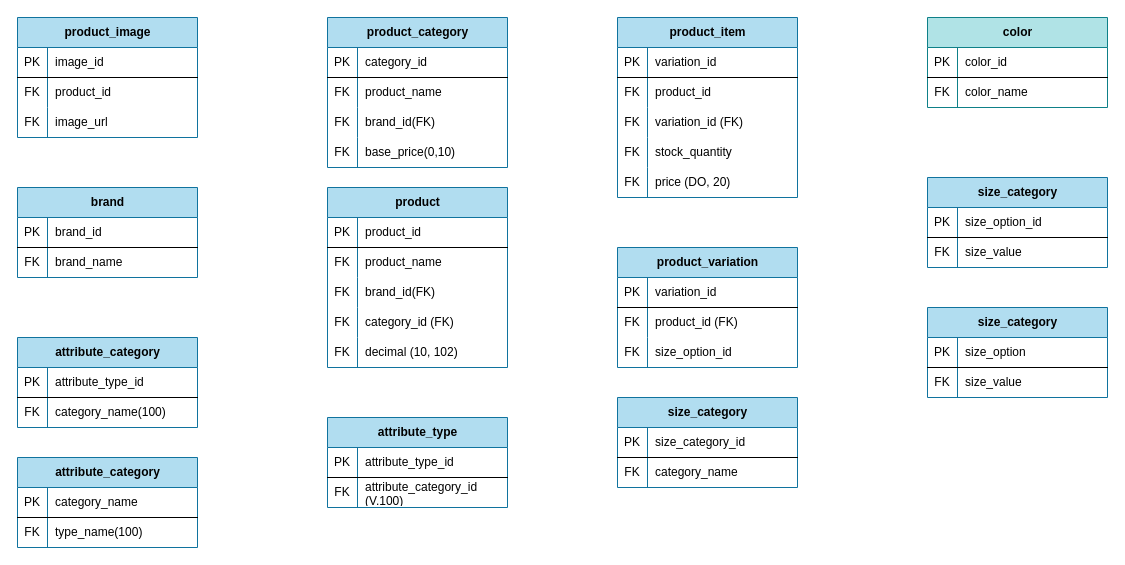
Before: E-Commerce.drawio in amanynmohamed/Ecommerce_Database_Project_Group19, a draw.io diagram. Source tidied: cells renumbered, new cells numbered last; positions are measured from the earlier drawing's top-left corner, leaving out a move shared by most shapes. Both pictures are drawn from the tidied source at 100%, with x=0, y=0 at pixel (17, 17).
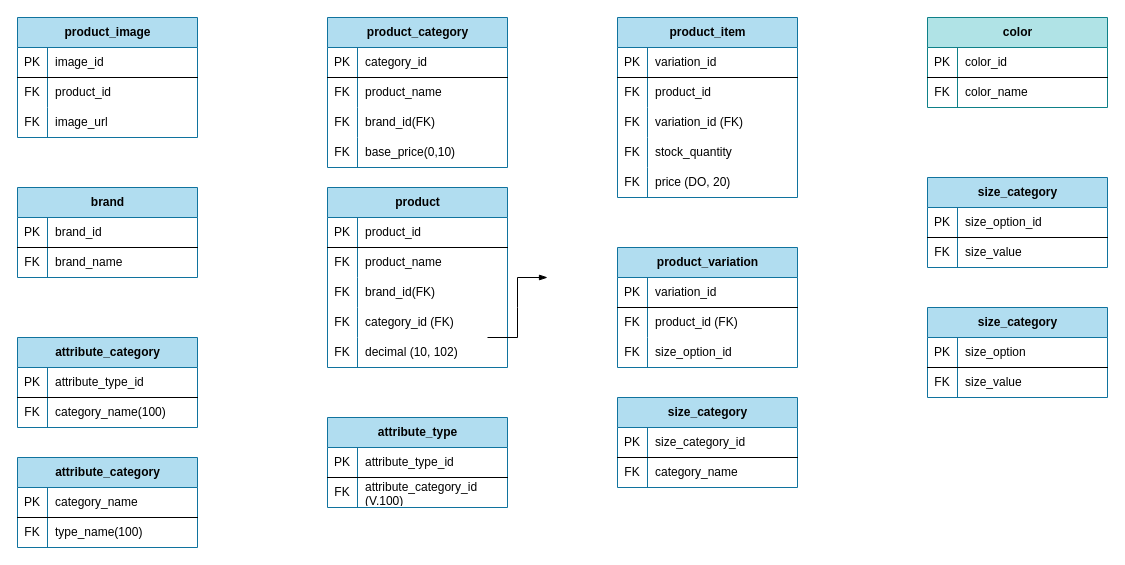
Above is the later version.

Commit message (it also covers changes not shown here):
Added ERD diagram and MySQL Workbench model file

Diff of the diagram source:
```diff
@@
+    <mxCell id="123" style="edgeStyle=entityRelationEdgeStyle;fontSize=12;html=1;endArrow=blockThin;endFill=1;startArrow=none;rounded=0;startFill=0;" parent="1" edge="1">
+      <mxGeometry relative="1" as="geometry">
+        <mxPoint x="470" y="320" as="sourcePoint" />
+        <mxPoint x="530" y="260" as="targetPoint" />
+      </mxGeometry>
+    </mxCell>
```
